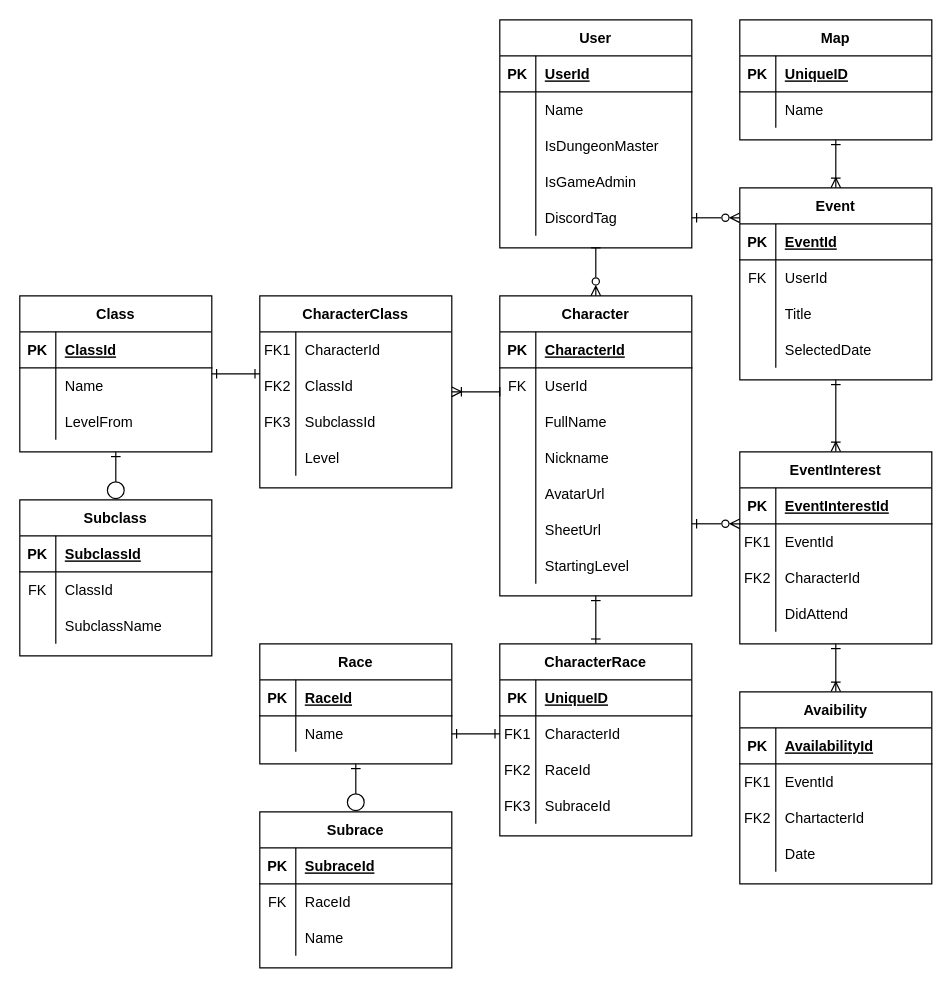
Above: Documentation/Entity Relationship Diagram.drawio in Jackclarke95/into-the-west (draw.io), before the change. Source tidied: cells renumbered, new cells numbered last; positions are measured from the earlier drawing's top-left corner, leaving out a move shared by most shapes. Both pictures are drawn from the tidied source at 120%, with x=0, y=0 at pixel (19, 19).
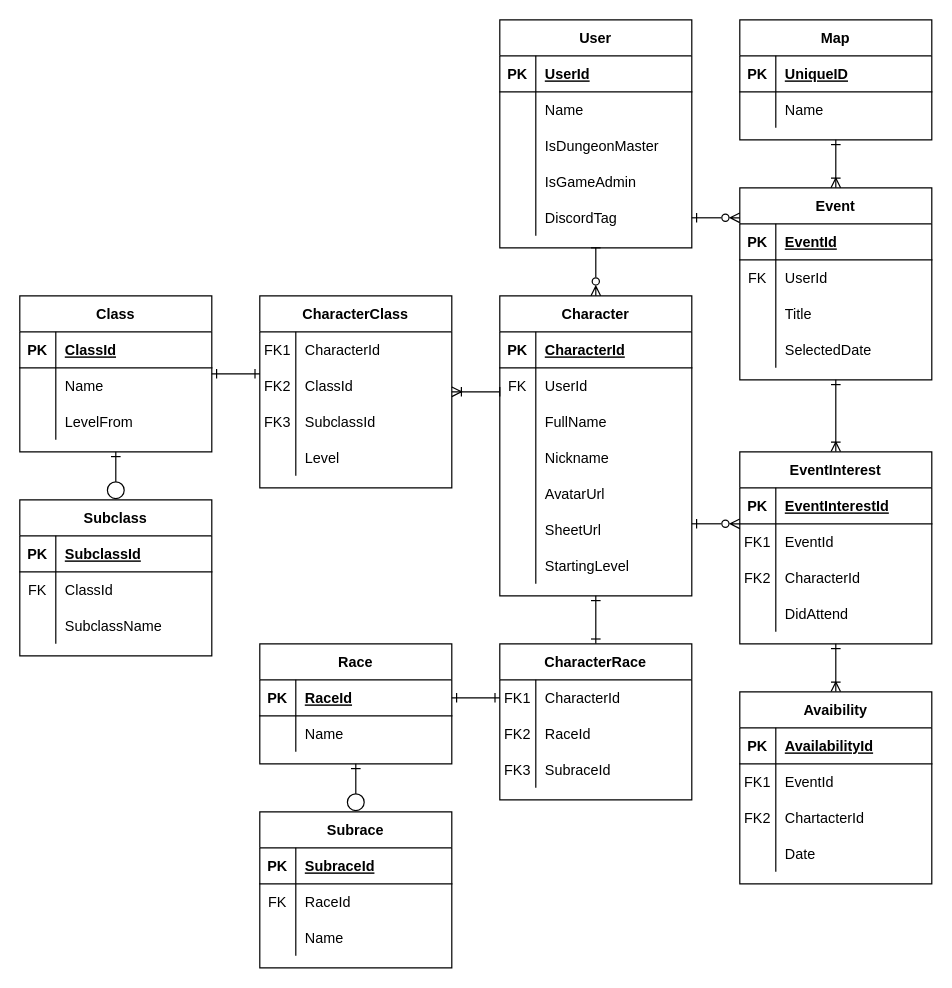
The same page after the edit.

Diff of the diagram source:
```diff
@@
     <mxCell id="148" value="CharacterRace" style="shape=table;startSize=30;childLayout=tableLayout;rowLines=0;fontStyle=1;align=center;strokeColor=default;" parent="1" vertex="1">
-      <mxGeometry x="400" y="520" width="160" height="160" as="geometry" />
+      <mxGeometry x="400" y="520" width="160" height="130" as="geometry" />
     </mxCell>
-    <mxCell id="149" style="shape=tableRow;horizontal=0;startSize=0;swimlaneHead=0;swimlaneBody=0;fillColor=none;top=0;left=0;right=0;bottom=1;strokeColor=default;" parent="148" vertex="1">
-      <mxGeometry y="30" width="160" height="30" as="geometry" />
-    </mxCell>
-    <mxCell id="150" value="PK" style="shape=partialRectangle;fillColor=none;top=0;left=0;bottom=0;right=0;fontStyle=1;overflow=hidden;strokeColor=default;" parent="149" vertex="1">
-      <mxGeometry width="30" height="30" as="geometry" />
-    </mxCell>
-    <mxCell id="151" value="UniqueID" style="shape=partialRectangle;fillColor=none;top=0;left=0;bottom=0;right=0;align=left;spacingLeft=6;fontStyle=5;overflow=hidden;strokeColor=default;" parent="149" vertex="1">
-      <mxGeometry x="30" width="130" height="30" as="geometry" />
-    </mxCell>
     <mxCell id="152" style="shape=tableRow;horizontal=0;startSize=0;swimlaneHead=0;swimlaneBody=0;fillColor=none;points=[[0,0.5],[1,0.5]];portConstraint=eastwest;top=0;left=0;right=0;bottom=0;strokeColor=default;" parent="148" vertex="1">
-      <mxGeometry y="60" width="160" height="30" as="geometry" />
+      <mxGeometry y="30" width="160" height="30" as="geometry" />
     </mxCell>
@@
     <mxCell id="155" style="shape=tableRow;horizontal=0;startSize=0;swimlaneHead=0;swimlaneBody=0;fillColor=none;top=0;left=0;right=0;bottom=0;strokeColor=default;" parent="148" vertex="1">
-      <mxGeometry y="90" width="160" height="30" as="geometry" />
+      <mxGeometry y="60" width="160" height="30" as="geometry" />
     </mxCell>
@@
     <mxCell id="158" style="shape=tableRow;horizontal=0;startSize=0;swimlaneHead=0;swimlaneBody=0;fillColor=none;top=0;left=0;right=0;bottom=0;strokeColor=default;" parent="148" vertex="1">
-      <mxGeometry y="120" width="160" height="30" as="geometry" />
+      <mxGeometry y="90" width="160" height="30" as="geometry" />
     </mxCell>
```
